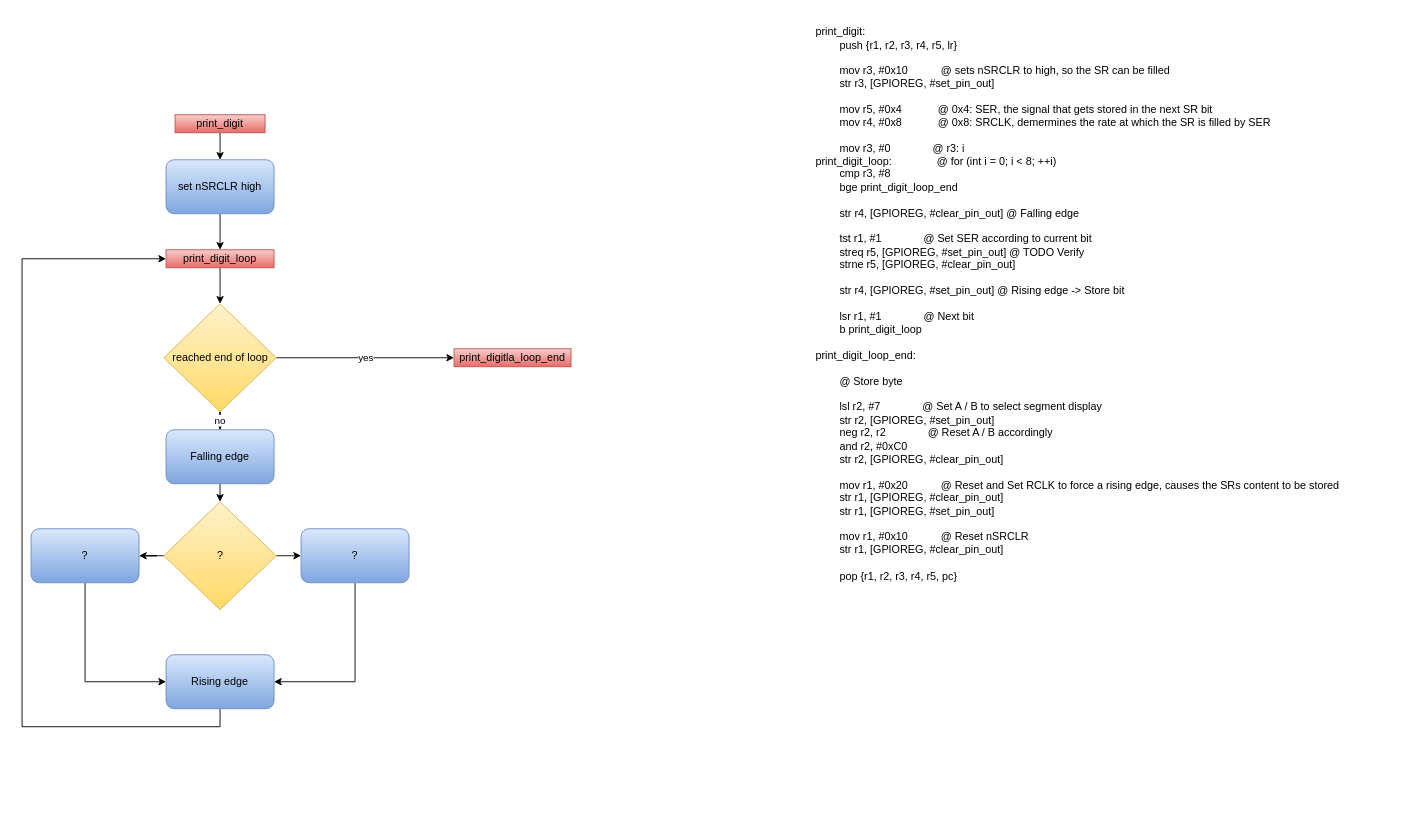
This is diagrams/Programmablauf_print_digit.drawio from DerToaster98/SysProgTIT18, a draw.io file, before an edit. Source tidied: cells renumbered, new cells numbered last; positions are measured from the earlier drawing's top-left corner, leaving out a move shared by most shapes. Both pictures are drawn from the tidied source at 90%, with x=0, y=0 at pixel (22, 15).
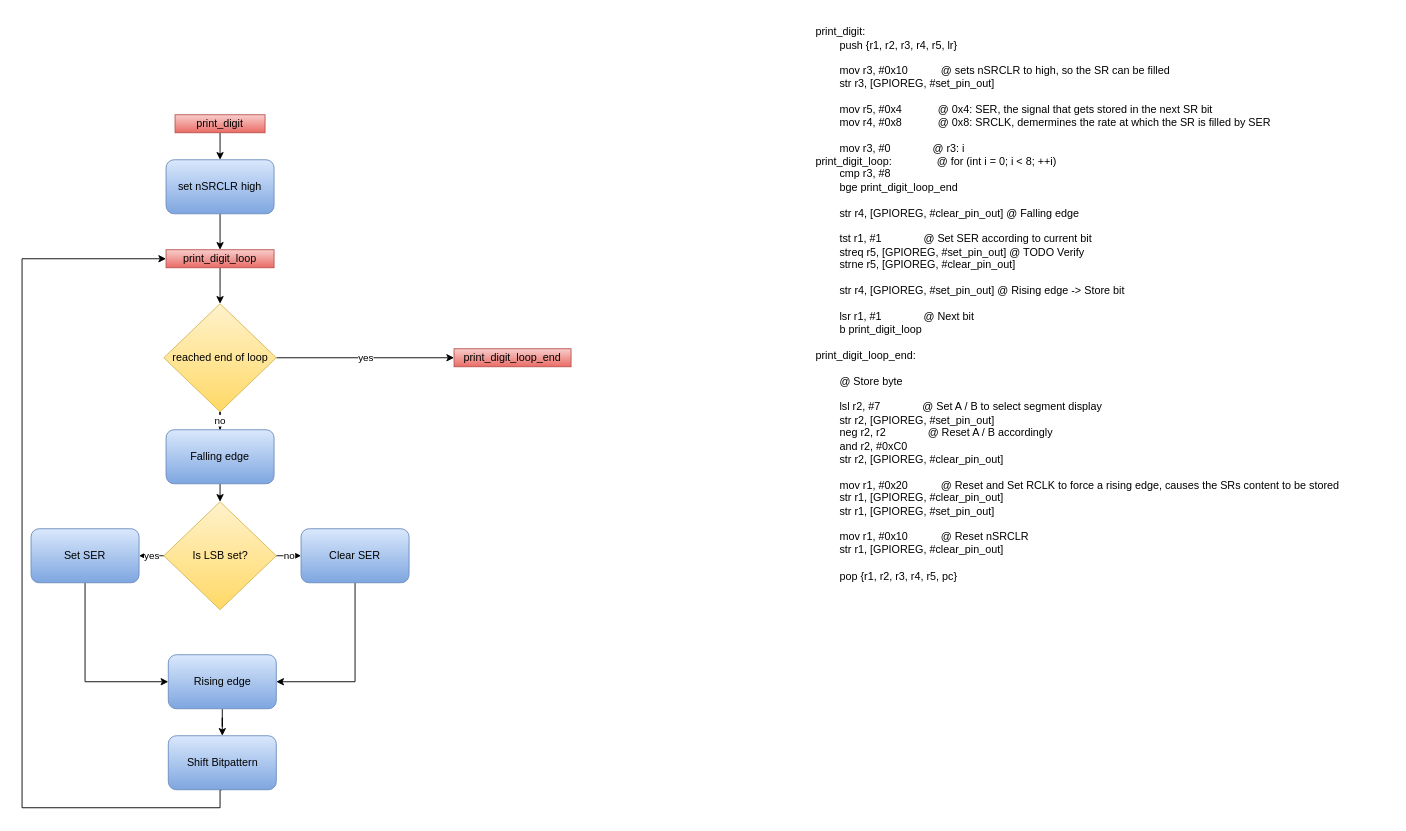
The same page after the edit.

Commit message (it also covers changes not shown here):
diagrams finish

The change refers to these unchanged cells:
```xml
<mxCell id="8" value="print_digit_loop" style="text;html=1;strokeColor=#b85450;fillColor=#f8cecc;align=center;verticalAlign=middle;whiteSpace=wrap;rounded=0;gradientColor=#ea6b66;" parent="1" vertex="1">
  <mxGeometry x="160" y="260" width="120" height="20" as="geometry" />
</mxCell>
```

Change to the diagram source:
```diff
@@
-    <mxCell id="12" value="print_digitla_loop_end" style="text;html=1;strokeColor=#b85450;fillColor=#f8cecc;align=center;verticalAlign=middle;whiteSpace=wrap;rounded=0;gradientColor=#ea6b66;" parent="1" vertex="1">
+    <mxCell id="12" value="print_digit_loop_end" style="text;html=1;strokeColor=#b85450;fillColor=#f8cecc;align=center;verticalAlign=middle;whiteSpace=wrap;rounded=0;gradientColor=#ea6b66;" parent="1" vertex="1">
       <mxGeometry x="480" y="370" width="130" height="20" as="geometry" />
     </mxCell>
-    <mxCell id="13" style="edgeStyle=orthogonalEdgeStyle;rounded=0;jettySize=auto;html=1;exitX=1;exitY=0.5;exitDx=0;exitDy=0;entryX=0;entryY=0.5;entryDx=0;entryDy=0;" parent="1" edge="1" source="15" target="21">
+    <mxCell id="13" value="no" style="edgeStyle=orthogonalEdgeStyle;rounded=0;jettySize=auto;html=1;exitX=1;exitY=0.5;exitDx=0;exitDy=0;entryX=0;entryY=0.5;entryDx=0;entryDy=0;" parent="1" edge="1" source="15" target="21">
       <mxGeometry relative="1" as="geometry" />
     </mxCell>
-    <mxCell id="14" style="edgeStyle=orthogonalEdgeStyle;rounded=0;jettySize=auto;html=1;entryX=1;entryY=0.5;entryDx=0;entryDy=0;" parent="1" edge="1" source="15" target="19">
+    <mxCell id="14" value="yes" style="edgeStyle=orthogonalEdgeStyle;rounded=0;jettySize=auto;html=1;entryX=1;entryY=0.5;entryDx=0;entryDy=0;" parent="1" edge="1" source="15" target="19">
       <mxGeometry relative="1" as="geometry" />
     </mxCell>
-    <mxCell id="15" value="?" style="rhombus;whiteSpace=wrap;html=1;gradientColor=#ffd966;fillColor=#fff2cc;strokeColor=#d6b656;" parent="1" vertex="1">
+    <mxCell id="15" value="Is LSB set?" style="rhombus;whiteSpace=wrap;html=1;gradientColor=#ffd966;fillColor=#fff2cc;strokeColor=#d6b656;" parent="1" vertex="1">
       <mxGeometry x="157.5" y="540" width="125" height="120" as="geometry" />
     </mxCell>
@@
-    <mxCell id="19" value="?" style="rounded=1;whiteSpace=wrap;html=1;gradientColor=#7ea6e0;fillColor=#dae8fc;strokeColor=#6c8ebf;" parent="1" vertex="1">
+    <mxCell id="19" value="Set SER" style="rounded=1;whiteSpace=wrap;html=1;gradientColor=#7ea6e0;fillColor=#dae8fc;strokeColor=#6c8ebf;" parent="1" vertex="1">
       <mxGeometry x="10" y="570" width="120" height="60" as="geometry" />
     </mxCell>
@@
-    <mxCell id="21" value="?" style="rounded=1;whiteSpace=wrap;html=1;gradientColor=#7ea6e0;fillColor=#dae8fc;strokeColor=#6c8ebf;" parent="1" vertex="1">
+    <mxCell id="21" value="Clear SER" style="rounded=1;whiteSpace=wrap;html=1;gradientColor=#7ea6e0;fillColor=#dae8fc;strokeColor=#6c8ebf;" parent="1" vertex="1">
       <mxGeometry x="310" y="570" width="120" height="60" as="geometry" />
     </mxCell>
-    <mxCell id="22" style="edgeStyle=orthogonalEdgeStyle;rounded=0;jettySize=auto;html=1;entryX=0;entryY=0.5;entryDx=0;entryDy=0;" parent="1" edge="1" source="23" target="8">
+    <mxCell id="22" style="edgeStyle=orthogonalEdgeStyle;rounded=0;jettySize=auto;html=1;entryX=0;entryY=0.5;entryDx=0;entryDy=0;exitX=0.5;exitY=1;exitDx=0;exitDy=0;" parent="1" edge="1" source="25" target="8">
       <mxGeometry relative="1" as="geometry">
         <Array as="points">
-          <mxPoint x="220" y="790" />
-          <mxPoint y="790" />
+          <mxPoint x="220" y="880" />
+          <mxPoint y="880" />
           <mxPoint y="270" />
         </Array>
       </mxGeometry>
     </mxCell>
+    <mxCell id="24" style="edgeStyle=orthogonalEdgeStyle;rounded=0;jettySize=auto;html=1;" parent="1" edge="1" source="23" target="25">
+      <mxGeometry relative="1" as="geometry" />
+    </mxCell>
     <mxCell id="23" value="Rising edge" style="rounded=1;whiteSpace=wrap;html=1;gradientColor=#7ea6e0;fillColor=#dae8fc;strokeColor=#6c8ebf;" parent="1" vertex="1">
-      <mxGeometry x="160" y="710" width="120" height="60" as="geometry" />
+      <mxGeometry x="162.5" y="710" width="120" height="60" as="geometry" />
     </mxCell>
+    <mxCell id="25" value="Shift Bitpattern" style="rounded=1;whiteSpace=wrap;html=1;fillColor=#dae8fc;strokeColor=#6c8ebf;gradientColor=#7ea6e0;" parent="1" vertex="1">
+      <mxGeometry x="162.5" y="800" width="120" height="60" as="geometry" />
+    </mxCell>
```
